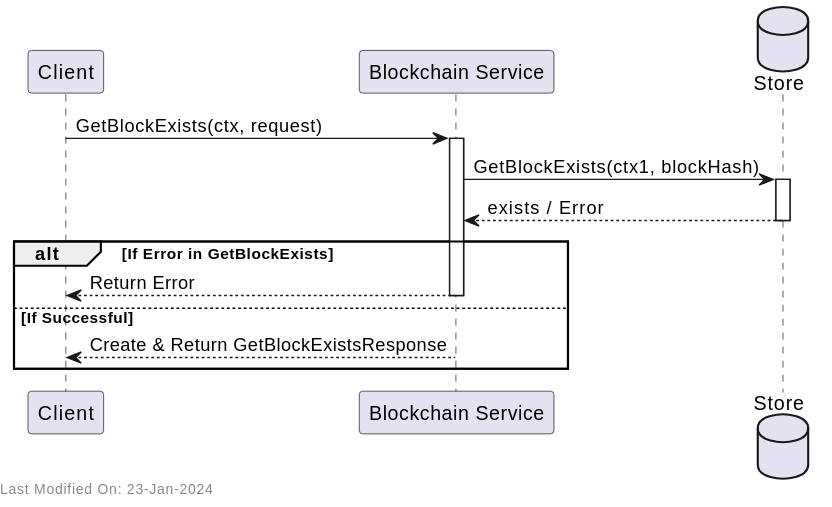
Earlier version of the PlantUML export docs/services/img/plantuml/blockchain/blockchain_check_exists.svg (freemans13/teranode). Its source is kept beside it as docs/services/img/plantuml/blockchain/blockchain_check_exists.puml.
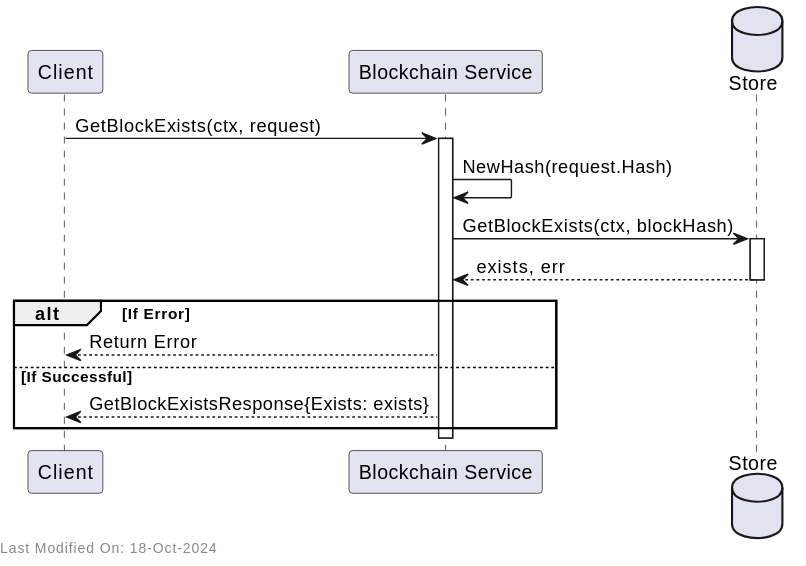
Later version of the same file.

Commit message:
Documentation - restructure Blockchain Service documentation for better separation of design and reference documents #1401

Change to the diagram source:
```diff
@@ -6,16 +6,17 @@
 Client -> Service: GetBlockExists(ctx, request)
 activate Service
 
-Service -> Store: GetBlockExists(ctx1, blockHash)
+Service -> Service: NewHash(request.Hash)
+
+Service -> Store: GetBlockExists(ctx, blockHash)
 activate Store
-Store --> Service: exists / Error
+Store --> Service: exists, err
 deactivate Store
 
-alt If Error in GetBlockExists
+alt If Error
     Service --> Client: Return Error
-    deactivate Service
 else If Successful
-    Service --> Client: Create & Return GetBlockExistsResponse
+    Service --> Client: GetBlockExistsResponse{Exists: exists}
 end
 
 deactivate Service
```
